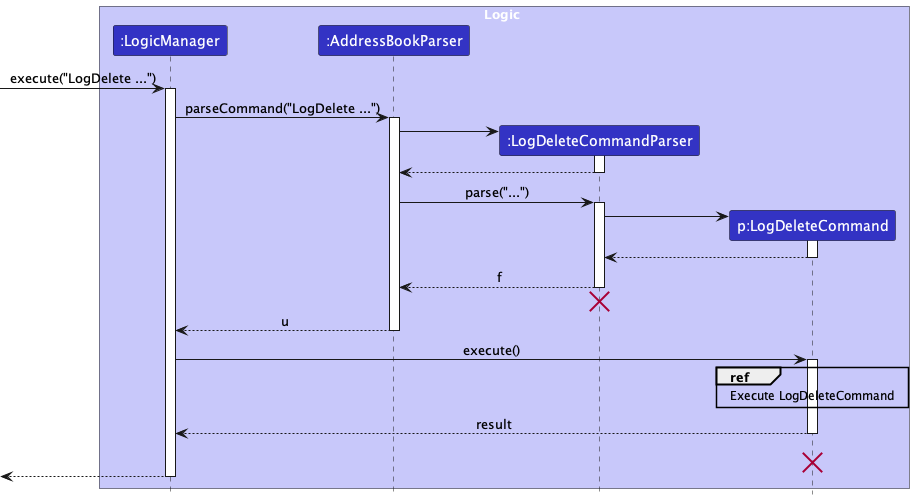
Above: docs/images/LogDeleteSequenceDiagram-Logic.png in soons1/tp (PlantUML), before the change.
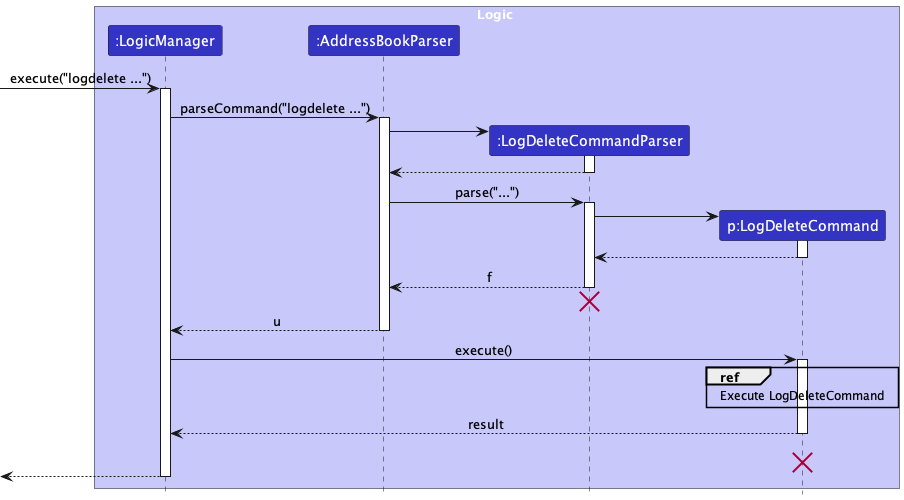
After the change.

Diff of the diagram source:
```diff
@@ -9,10 +9,10 @@
 participant "p:LogDeleteCommand" as LogDeleteCommand LOGIC_COLOR
 end box
 
-[-> LogicManager : execute("LogDelete ...")
+[-> LogicManager : execute("logdelete ...")
 activate LogicManager
 
-LogicManager -> AddressBookParser : parseCommand("LogDelete ...")
+LogicManager -> AddressBookParser : parseCommand("logdelete ...")
 activate AddressBookParser
 
 create LogDeleteCommandParser
```
